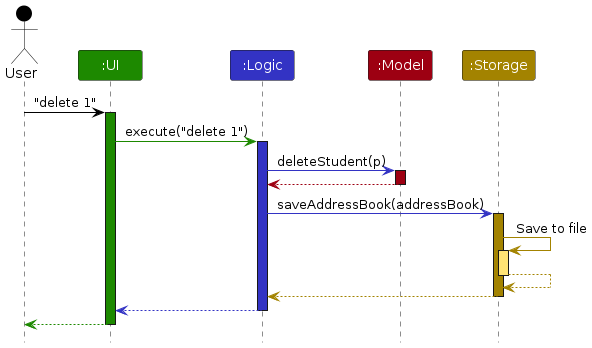
The PlantUML diagram diagrams/ArchitectureSequenceDiagram.png in AY2627S1-CS2103T-F14a-1/tp, before a commit. Its source is kept beside it as diagrams/ArchitectureSequenceDiagram.puml. Its diagram source:
```plantuml
@startuml
!include style.puml
skinparam ArrowFontStyle plain

Actor User as user USER_COLOR
Participant ":UI" as ui UI_COLOR
Participant ":Logic" as logic LOGIC_COLOR
Participant ":Model" as model MODEL_COLOR
Participant ":Storage" as storage STORAGE_COLOR

user -[USER_COLOR]> ui : "delete 1"
activate ui UI_COLOR

ui -[UI_COLOR]> logic : execute("delete 1")
activate logic LOGIC_COLOR

logic -[LOGIC_COLOR]> model : deleteStudent(p)
activate model MODEL_COLOR

model -[MODEL_COLOR]-> logic
deactivate model

logic -[LOGIC_COLOR]> storage : saveAddressBook(addressBook)
activate storage STORAGE_COLOR

storage -[STORAGE_COLOR]> storage : Save to file
activate storage STORAGE_COLOR_T1
storage --[STORAGE_COLOR]> storage
deactivate storage

storage --[STORAGE_COLOR]> logic
deactivate storage

logic --[LOGIC_COLOR]> ui
deactivate logic

ui--[UI_COLOR]> user
deactivate ui
@enduml
```
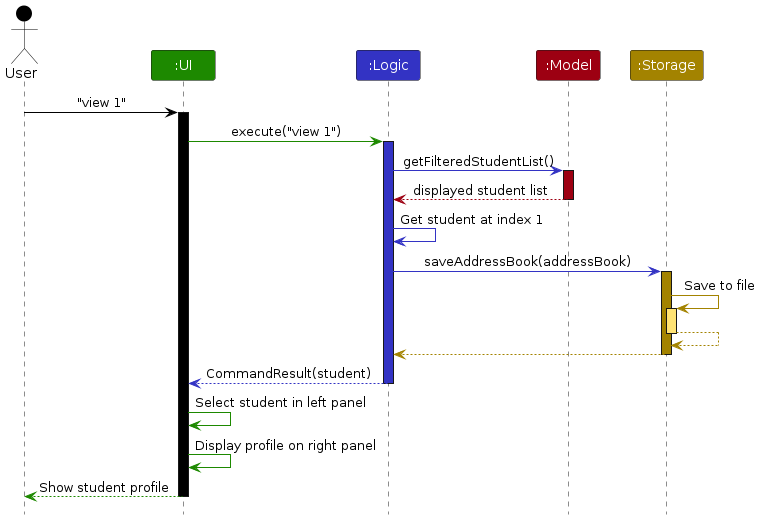
The same file after the commit.

Change to the diagram source:
```diff
@@ -1,5 +1,6 @@
 @startuml
 !include style.puml
+
 skinparam ArrowFontStyle plain
 
 Actor User as user USER_COLOR
@@ -8,32 +9,39 @@
 Participant ":Model" as model MODEL_COLOR
 Participant ":Storage" as storage STORAGE_COLOR
 
-user -[USER_COLOR]> ui : "delete 1"
-activate ui UI_COLOR
+user -[USER_COLOR]> ui : "view 1"
+activate ui USER_COLOR
 
-ui -[UI_COLOR]> logic : execute("delete 1")
+ui -[UI_COLOR]> logic : execute("view 1")
 activate logic LOGIC_COLOR
 
-logic -[LOGIC_COLOR]> model : deleteStudent(p)
+logic -[LOGIC_COLOR]> model : getFilteredStudentList()
 activate model MODEL_COLOR
 
-model -[MODEL_COLOR]-> logic
+model -[MODEL_COLOR]-> logic : displayed student list
 deactivate model
+
+logic -[LOGIC_COLOR]> logic : Get student at index 1
 
 logic -[LOGIC_COLOR]> storage : saveAddressBook(addressBook)
 activate storage STORAGE_COLOR
 
 storage -[STORAGE_COLOR]> storage : Save to file
 activate storage STORAGE_COLOR_T1
+
 storage --[STORAGE_COLOR]> storage
 deactivate storage
 
 storage --[STORAGE_COLOR]> logic
 deactivate storage
 
-logic --[LOGIC_COLOR]> ui
+logic --[LOGIC_COLOR]> ui : CommandResult(student)
 deactivate logic
 
-ui--[UI_COLOR]> user
+ui -[UI_COLOR]> ui : Select student in left panel
+ui -[UI_COLOR]> ui : Display profile on right panel
+
+ui --[UI_COLOR]> user : Show student profile
 deactivate ui
+
 @enduml
```
